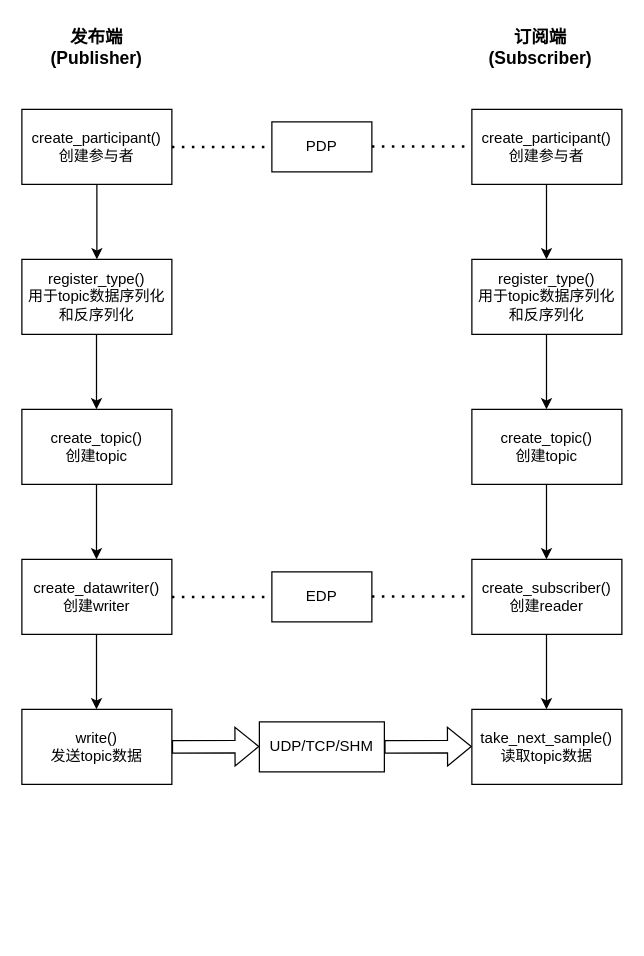
Above: fastdds/v2.8.2/workspace_DDSHelloWorld/api.drawio in hexu1985/Collection.Of.Cpp.Utility.Tools (draw.io), before the change. Source tidied: cells renumbered, new cells numbered last; positions are measured from the earlier drawing's top-left corner, leaving out a move shared by most shapes. Both pictures are drawn from the tidied source at 125%, with x=0, y=0 at pixel (21, 21).
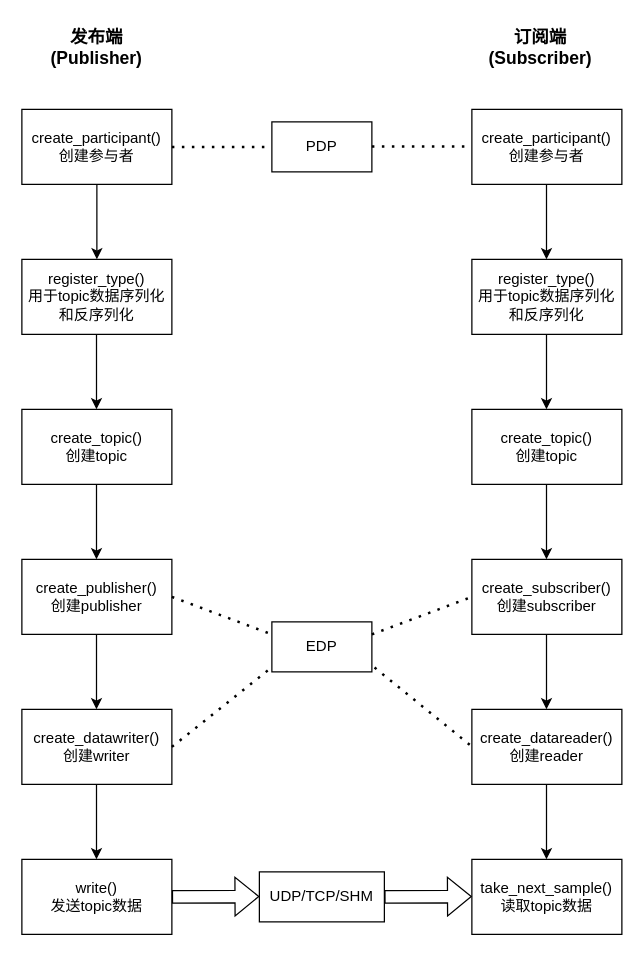
The same page after the edit.

Change to the diagram source:
```diff
@@
     <mxCell id="11" value="create_datawriter()&lt;div&gt;创建writer&lt;/div&gt;" style="rounded=0;whiteSpace=wrap;html=1;" parent="1" vertex="1">
-      <mxGeometry y="430" width="120" height="60" as="geometry" />
+      <mxGeometry y="550" width="120" height="60" as="geometry" />
     </mxCell>
-    <mxCell id="12" value="create_subscriber()&lt;div&gt;创建reader&lt;/div&gt;" style="rounded=0;whiteSpace=wrap;html=1;" parent="1" vertex="1">
-      <mxGeometry x="360" y="430" width="120" height="60" as="geometry" />
+    <mxCell id="12" value="create_datareader()&lt;div&gt;创建reader&lt;/div&gt;" style="rounded=0;whiteSpace=wrap;html=1;" parent="1" vertex="1">
+      <mxGeometry x="360" y="550" width="120" height="60" as="geometry" />
     </mxCell>
-    <mxCell id="13" style="endArrow=none;dashed=1;html=1;dashPattern=1 3;strokeWidth=2;rounded=0;exitX=1;exitY=0.5;exitDx=0;exitDy=0;" parent="1" edge="1">
+    <mxCell id="13" style="endArrow=none;dashed=1;html=1;dashPattern=1 3;strokeWidth=2;rounded=0;exitX=1;exitY=0.5;exitDx=0;exitDy=0;entryX=0.005;entryY=0.9;entryDx=0;entryDy=0;entryPerimeter=0;" parent="1" edge="1" target="14">
       <mxGeometry relative="1" as="geometry">
-        <mxPoint x="120" y="460" as="sourcePoint" />
-        <mxPoint x="200" y="460" as="targetPoint" />
+        <mxPoint x="120" y="580" as="sourcePoint" />
       </mxGeometry>
     </mxCell>
     <mxCell id="14" value="EDP" style="rounded=0;whiteSpace=wrap;html=1;" parent="1" vertex="1">
-      <mxGeometry x="200" y="440" width="80" height="40" as="geometry" />
+      <mxGeometry x="200" y="480" width="80" height="40" as="geometry" />
     </mxCell>
-    <mxCell id="15" style="endArrow=none;dashed=1;html=1;dashPattern=1 3;strokeWidth=2;rounded=0;exitX=1;exitY=0.5;exitDx=0;exitDy=0;" parent="1" edge="1">
+    <mxCell id="15" style="endArrow=none;dashed=1;html=1;dashPattern=1 3;strokeWidth=2;rounded=0;exitX=1.027;exitY=0.914;exitDx=0;exitDy=0;exitPerimeter=0;" parent="1" edge="1" source="14">
       <mxGeometry relative="1" as="geometry">
-        <mxPoint x="280" y="459.7" as="sourcePoint" />
-        <mxPoint x="360" y="459.7" as="targetPoint" />
+        <mxPoint x="360" y="579.7" as="targetPoint" />
       </mxGeometry>
     </mxCell>
     <mxCell id="16" value="write()&lt;div&gt;发送topic数据&lt;/div&gt;" style="rounded=0;whiteSpace=wrap;html=1;" parent="1" vertex="1">
-      <mxGeometry y="550" width="120" height="60" as="geometry" />
+      <mxGeometry y="670" width="120" height="60" as="geometry" />
     </mxCell>
     <mxCell id="17" value="take_next_sample()&lt;div&gt;读取topic数据&lt;/div&gt;" style="rounded=0;whiteSpace=wrap;html=1;" parent="1" vertex="1">
-      <mxGeometry x="360" y="550" width="120" height="60" as="geometry" />
+      <mxGeometry x="360" y="670" width="120" height="60" as="geometry" />
     </mxCell>
     <mxCell id="18" value="UDP/TCP/&lt;span style=&quot;background-color: transparent; color: light-dark(rgb(0, 0, 0), rgb(255, 255, 255));&quot;&gt;SHM&lt;/span&gt;" style="rounded=0;whiteSpace=wrap;html=1;" parent="1" vertex="1">
-      <mxGeometry x="190" y="560" width="100" height="40" as="geometry" />
+      <mxGeometry x="190" y="680" width="100" height="40" as="geometry" />
     </mxCell>
     <mxCell id="19" style="shape=flexArrow;endArrow=classic;html=1;rounded=0;exitX=1;exitY=0.5;exitDx=0;exitDy=0;" parent="1" edge="1" source="16">
       <mxGeometry relative="1" as="geometry">
-        <mxPoint x="190" y="579.7" as="targetPoint" />
+        <mxPoint x="190" y="699.7" as="targetPoint" />
       </mxGeometry>
     </mxCell>
     <mxCell id="20" style="shape=flexArrow;endArrow=classic;html=1;rounded=0;exitX=1;exitY=0.5;exitDx=0;exitDy=0;" parent="1" edge="1">
       <mxGeometry relative="1" as="geometry">
-        <mxPoint x="290" y="580" as="sourcePoint" />
-        <mxPoint x="360" y="579.7" as="targetPoint" />
+        <mxPoint x="290" y="700" as="sourcePoint" />
+        <mxPoint x="360" y="699.7" as="targetPoint" />
       </mxGeometry>
     </mxCell>
@@
     <mxCell id="24" style="endArrow=classic;html=1;rounded=0;exitX=0.5;exitY=1;exitDx=0;exitDy=0;entryX=0.5;entryY=0;entryDx=0;entryDy=0;" parent="1" edge="1">
       <mxGeometry relative="1" as="geometry">
-        <mxPoint x="59.7" y="490" as="sourcePoint" />
-        <mxPoint x="59.7" y="550" as="targetPoint" />
+        <mxPoint x="59.7" y="610" as="sourcePoint" />
+        <mxPoint x="59.7" y="670" as="targetPoint" />
       </mxGeometry>
     </mxCell>
@@
     <mxCell id="28" style="endArrow=classic;html=1;rounded=0;exitX=0.5;exitY=1;exitDx=0;exitDy=0;entryX=0.5;entryY=0;entryDx=0;entryDy=0;" parent="1" edge="1">
       <mxGeometry relative="1" as="geometry">
-        <mxPoint x="419.7" y="490" as="sourcePoint" />
-        <mxPoint x="419.7" y="550" as="targetPoint" />
+        <mxPoint x="419.7" y="610" as="sourcePoint" />
+        <mxPoint x="419.7" y="670" as="targetPoint" />
       </mxGeometry>
     </mxCell>
@@
+    <mxCell id="31" value="create_publisher()&lt;div&gt;创建publisher&lt;/div&gt;" style="rounded=0;whiteSpace=wrap;html=1;" parent="1" vertex="1">
+      <mxGeometry y="430" width="120" height="60" as="geometry" />
+    </mxCell>
+    <mxCell id="32" value="create_subscriber()&lt;div&gt;创建subscriber&lt;/div&gt;" style="rounded=0;whiteSpace=wrap;html=1;" parent="1" vertex="1">
+      <mxGeometry x="360" y="430" width="120" height="60" as="geometry" />
+    </mxCell>
+    <mxCell id="33" style="endArrow=classic;html=1;rounded=0;exitX=0.5;exitY=1;exitDx=0;exitDy=0;entryX=0.5;entryY=0;entryDx=0;entryDy=0;" parent="1" edge="1">
+      <mxGeometry relative="1" as="geometry">
+        <mxPoint x="419.7" y="490" as="sourcePoint" />
+        <mxPoint x="419.7" y="550" as="targetPoint" />
+      </mxGeometry>
+    </mxCell>
+    <mxCell id="34" style="endArrow=classic;html=1;rounded=0;exitX=0.5;exitY=1;exitDx=0;exitDy=0;entryX=0.5;entryY=0;entryDx=0;entryDy=0;" parent="1" edge="1">
+      <mxGeometry relative="1" as="geometry">
+        <mxPoint x="59.7" y="490" as="sourcePoint" />
+        <mxPoint x="59.7" y="550" as="targetPoint" />
+      </mxGeometry>
+    </mxCell>
+    <mxCell id="35" style="endArrow=none;dashed=1;html=1;dashPattern=1 3;strokeWidth=2;rounded=0;exitX=1;exitY=0.5;exitDx=0;exitDy=0;entryX=0;entryY=0.25;entryDx=0;entryDy=0;" parent="1" edge="1" source="31" target="14">
+      <mxGeometry relative="1" as="geometry" />
+    </mxCell>
+    <mxCell id="36" style="endArrow=none;dashed=1;html=1;dashPattern=1 3;strokeWidth=2;rounded=0;exitX=1;exitY=0.25;exitDx=0;exitDy=0;entryX=0;entryY=0.5;entryDx=0;entryDy=0;" parent="1" edge="1" source="14" target="32">
+      <mxGeometry relative="1" as="geometry" />
+    </mxCell>
```
